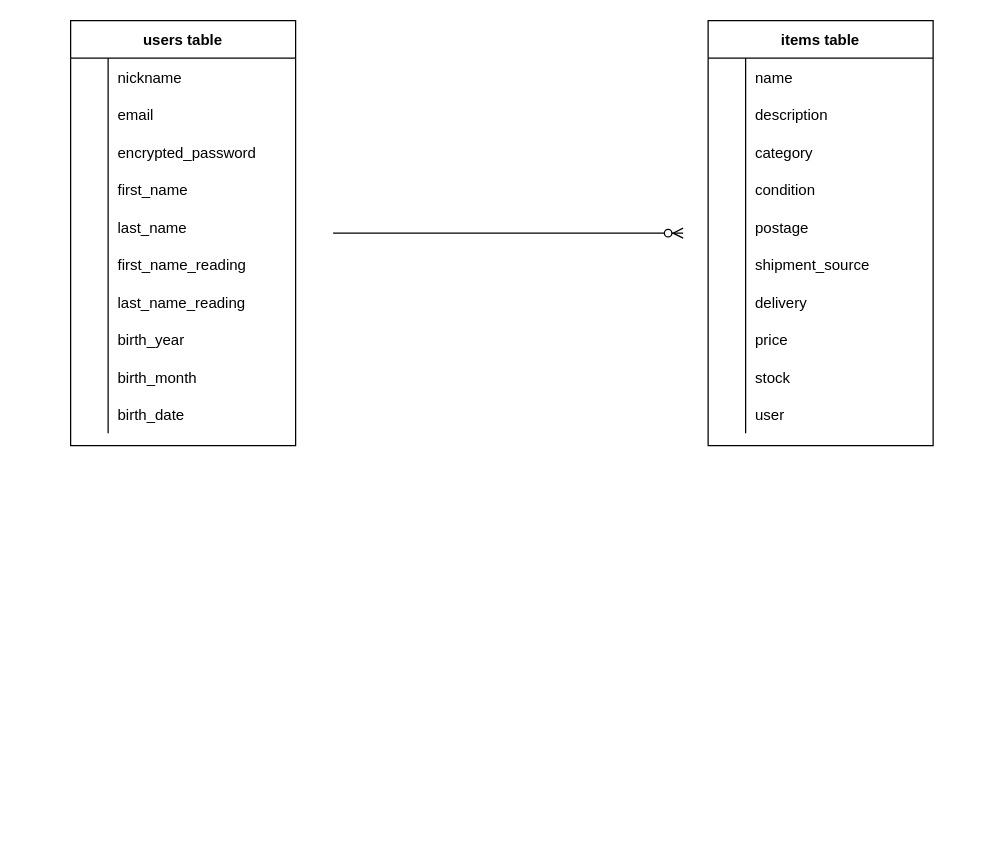
keishihashimoto/furima-36372 keeps this draw.io diagram as furima.dio. Above is the earlier version. Source tidied: cells renumbered, new cells numbered last; positions are measured from the earlier drawing's top-left corner, leaving out a move shared by most shapes. Both pictures are drawn from the tidied source at 125%, with x=0, y=0 at pixel (70, 20).
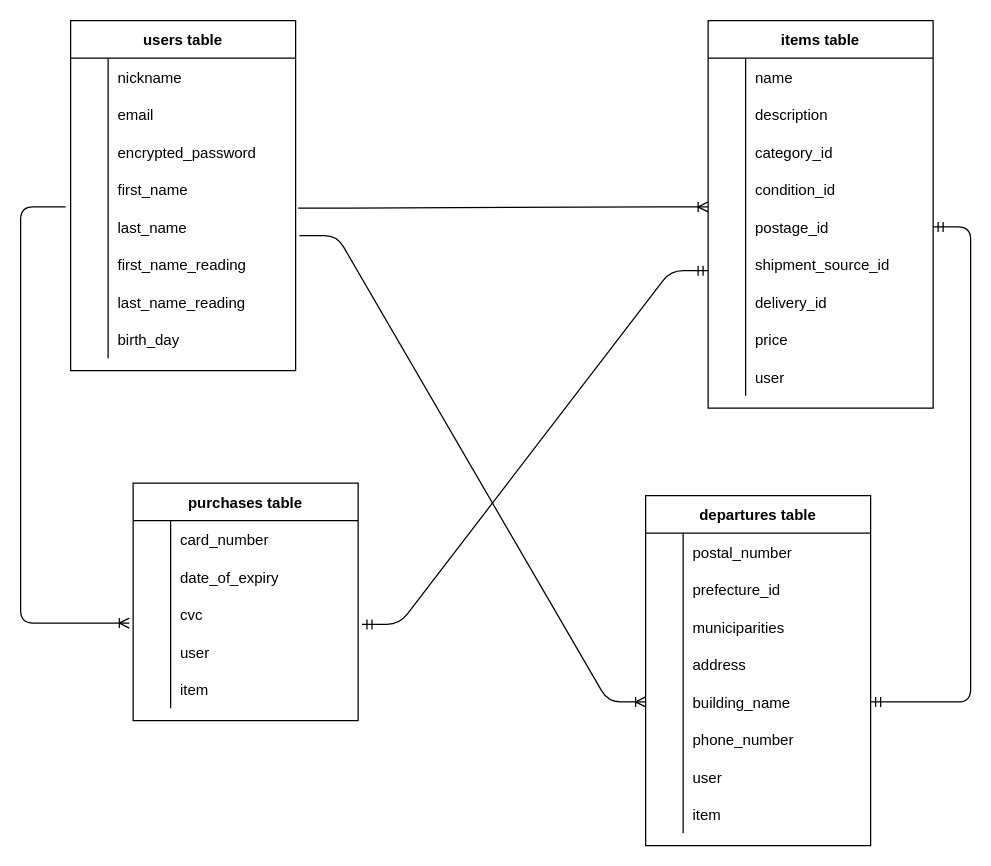
Above is the later version.

Commit message (it also covers changes not shown here):
DB設計とER図の修正

The change refers to these unchanged cells:
```xml
<mxCell id="9" style="shape=partialRectangle;fillColor=none;top=0;left=0;bottom=0;right=0;" parent="2" vertex="1">
  <mxGeometry y="90" width="180" height="30" as="geometry" />
</mxCell>
<mxCell id="12" style="shape=partialRectangle;fillColor=none;top=0;left=0;bottom=0;right=0;" parent="2" vertex="1">
  <mxGeometry y="120" width="180" height="30" as="geometry" />
</mxCell>
<mxCell id="15" style="shape=partialRectangle;fillColor=none;top=0;left=0;bottom=0;right=0;points=[[0,0.5],[1,0.5]];portConstraint=eastwest;" parent="2" vertex="1">
  <mxGeometry y="150" width="180" height="30" as="geometry" />
</mxCell>
<mxCell id="18" style="shape=partialRectangle;fillColor=none;top=0;left=0;bottom=0;right=0;" parent="2" vertex="1">
  <mxGeometry y="180" width="180" height="30" as="geometry" />
</mxCell>
<mxCell id="21" style="shape=partialRectangle;fillColor=none;top=0;left=0;bottom=0;right=0;" parent="2" vertex="1">
  <mxGeometry y="210" width="180" height="30" as="geometry" />
</mxCell>
<mxCell id="46" style="shape=partialRectangle;fillColor=none;top=0;left=0;bottom=0;right=0;points=[[0,0.5],[1,0.5]];portConstraint=eastwest;" parent="33" vertex="1">
  <mxGeometry y="150" width="180" height="30" as="geometry" />
</mxCell>
<mxCell id="55" style="shape=partialRectangle;fillColor=none;top=0;left=0;bottom=0;right=0;" parent="33" vertex="1">
  <mxGeometry y="240" width="180" height="30" as="geometry" />
</mxCell>
```

What changed in the source:
```diff
@@
     <mxCell id="2" value="items table" style="shape=table;startSize=30;childLayout=tableLayout;rowLines=0;fontStyle=1;align=center;" parent="1" vertex="1">
-      <mxGeometry x="510" width="180" height="340" as="geometry" />
+      <mxGeometry x="510" width="180" height="310" as="geometry" />
     </mxCell>
@@
-    <mxCell id="11" value="category" style="shape=partialRectangle;fillColor=none;top=0;left=0;bottom=0;right=0;align=left;spacingLeft=6;overflow=hidden;" parent="9" vertex="1">
+    <mxCell id="11" value="category_id" style="shape=partialRectangle;fillColor=none;top=0;left=0;bottom=0;right=0;align=left;spacingLeft=6;overflow=hidden;" parent="9" vertex="1">
       <mxGeometry x="30" width="150" height="30" as="geometry" />
     </mxCell>
@@
-    <mxCell id="14" value="condition" style="shape=partialRectangle;fillColor=none;top=0;left=0;bottom=0;right=0;align=left;spacingLeft=6;overflow=hidden;" parent="12" vertex="1">
+    <mxCell id="14" value="condition_id" style="shape=partialRectangle;fillColor=none;top=0;left=0;bottom=0;right=0;align=left;spacingLeft=6;overflow=hidden;" parent="12" vertex="1">
       <mxGeometry x="30" width="150" height="30" as="geometry" />
     </mxCell>
@@
-    <mxCell id="17" value="postage" style="shape=partialRectangle;fillColor=none;top=0;left=0;bottom=0;right=0;align=left;spacingLeft=6;overflow=hidden;" parent="15" vertex="1">
+    <mxCell id="17" value="postage_id" style="shape=partialRectangle;fillColor=none;top=0;left=0;bottom=0;right=0;align=left;spacingLeft=6;overflow=hidden;" parent="15" vertex="1">
       <mxGeometry x="30" width="150" height="30" as="geometry" />
     </mxCell>
@@
-    <mxCell id="20" value="shipment_source" style="shape=partialRectangle;fillColor=none;top=0;left=0;bottom=0;right=0;align=left;spacingLeft=6;overflow=hidden;" parent="18" vertex="1">
+    <mxCell id="20" value="shipment_source_id" style="shape=partialRectangle;fillColor=none;top=0;left=0;bottom=0;right=0;align=left;spacingLeft=6;overflow=hidden;" parent="18" vertex="1">
       <mxGeometry x="30" width="150" height="30" as="geometry" />
     </mxCell>
@@
-    <mxCell id="23" value="delivery" style="shape=partialRectangle;fillColor=none;top=0;left=0;bottom=0;right=0;align=left;spacingLeft=6;overflow=hidden;" parent="21" vertex="1">
+    <mxCell id="23" value="delivery_id" style="shape=partialRectangle;fillColor=none;top=0;left=0;bottom=0;right=0;align=left;spacingLeft=6;overflow=hidden;" parent="21" vertex="1">
       <mxGeometry x="30" width="150" height="30" as="geometry" />
     </mxCell>
@@
-    <mxCell id="27" style="shape=partialRectangle;fillColor=none;top=0;left=0;bottom=0;right=0;" parent="2" vertex="1">
-      <mxGeometry y="270" width="180" height="30" as="geometry" />
-    </mxCell>
-    <mxCell id="28" style="shape=partialRectangle;fillColor=none;top=0;left=0;bottom=0;right=0;overflow=hidden;" parent="27" vertex="1">
-      <mxGeometry width="30" height="30" as="geometry" />
-    </mxCell>
-    <mxCell id="29" value="stock" style="shape=partialRectangle;fillColor=none;top=0;left=0;bottom=0;right=0;align=left;spacingLeft=6;overflow=hidden;" parent="27" vertex="1">
-      <mxGeometry x="30" width="150" height="30" as="geometry" />
-    </mxCell>
     <mxCell id="30" style="shape=partialRectangle;fillColor=none;top=0;left=0;bottom=0;right=0;" parent="2" vertex="1">
-      <mxGeometry y="300" width="180" height="30" as="geometry" />
+      <mxGeometry y="270" width="180" height="30" as="geometry" />
     </mxCell>
@@
     <mxCell id="33" value="users table" style="shape=table;startSize=30;childLayout=tableLayout;rowLines=0;fontStyle=1;align=center;" parent="1" vertex="1">
-      <mxGeometry width="180" height="340" as="geometry" />
+      <mxGeometry width="180" height="280" as="geometry" />
     </mxCell>
@@
-    <mxCell id="57" value="birth_year" style="shape=partialRectangle;fillColor=none;top=0;left=0;bottom=0;right=0;align=left;spacingLeft=6;overflow=hidden;" parent="55" vertex="1">
+    <mxCell id="57" value="birth_day" style="shape=partialRectangle;fillColor=none;top=0;left=0;bottom=0;right=0;align=left;spacingLeft=6;overflow=hidden;" parent="55" vertex="1">
       <mxGeometry x="30" width="150" height="30" as="geometry" />
     </mxCell>
-    <mxCell id="58" style="shape=partialRectangle;fillColor=none;top=0;left=0;bottom=0;right=0;" parent="33" vertex="1">
-      <mxGeometry y="270" width="180" height="30" as="geometry" />
-    </mxCell>
-    <mxCell id="59" style="shape=partialRectangle;fillColor=none;top=0;left=0;bottom=0;right=0;overflow=hidden;" parent="58" vertex="1">
-      <mxGeometry width="30" height="30" as="geometry" />
-    </mxCell>
-    <mxCell id="60" value="birth_month" style="shape=partialRectangle;fillColor=none;top=0;left=0;bottom=0;right=0;align=left;spacingLeft=6;overflow=hidden;" parent="58" vertex="1">
-      <mxGeometry x="30" width="150" height="30" as="geometry" />
-    </mxCell>
-    <mxCell id="61" style="shape=partialRectangle;fillColor=none;top=0;left=0;bottom=0;right=0;" parent="33" vertex="1">
-      <mxGeometry y="300" width="180" height="30" as="geometry" />
-    </mxCell>
-    <mxCell id="62" style="shape=partialRectangle;fillColor=none;top=0;left=0;bottom=0;right=0;overflow=hidden;" parent="61" vertex="1">
-      <mxGeometry width="30" height="30" as="geometry" />
-    </mxCell>
-    <mxCell id="63" value="birth_date" style="shape=partialRectangle;fillColor=none;top=0;left=0;bottom=0;right=0;align=left;spacingLeft=6;overflow=hidden;" parent="61" vertex="1">
-      <mxGeometry x="30" width="150" height="30" as="geometry" />
-    </mxCell>
-    <mxCell id="64" style="edgeStyle=entityRelationEdgeStyle;fontSize=12;html=1;endArrow=ERzeroToMany;endFill=1;strokeWidth=1;" parent="1" edge="1">
-      <mxGeometry relative="1" as="geometry">
-        <mxPoint x="210" y="170" as="sourcePoint" />
-        <mxPoint x="490" y="170" as="targetPoint" />
-      </mxGeometry>
+    <mxCell id="64" style="edgeStyle=entityRelationEdgeStyle;fontSize=12;html=1;endArrow=ERoneToMany;exitX=1.011;exitY=0;exitDx=0;exitDy=0;exitPerimeter=0;entryX=0;entryY=-0.033;entryDx=0;entryDy=0;entryPerimeter=0;" parent="1" edge="1" source="46" target="15">
+      <mxGeometry relative="1" as="geometry" />
     </mxCell>
+    <mxCell id="65" value="purchases table" style="shape=table;startSize=30;childLayout=tableLayout;rowLines=0;fontStyle=1;align=center;" parent="1" vertex="1">
+      <mxGeometry x="50" y="370" width="180" height="190" as="geometry" />
+    </mxCell>
+    <mxCell id="66" style="shape=partialRectangle;fillColor=none;top=0;left=0;bottom=0;right=0;" parent="65" vertex="1">
+      <mxGeometry y="30" width="180" height="30" as="geometry" />
+    </mxCell>
+    <mxCell id="67" style="shape=partialRectangle;fillColor=none;top=0;left=0;bottom=0;right=0;overflow=hidden;" parent="66" vertex="1">
+      <mxGeometry width="30" height="30" as="geometry" />
+    </mxCell>
+    <mxCell id="68" value="card_number" style="shape=partialRectangle;fillColor=none;top=0;left=0;bottom=0;right=0;align=left;spacingLeft=6;overflow=hidden;" parent="66" vertex="1">
+      <mxGeometry x="30" width="150" height="30" as="geometry" />
+    </mxCell>
+    <mxCell id="69" style="shape=partialRectangle;fillColor=none;top=0;left=0;bottom=0;right=0;" parent="65" vertex="1">
+      <mxGeometry y="60" width="180" height="30" as="geometry" />
+    </mxCell>
+    <mxCell id="70" style="shape=partialRectangle;fillColor=none;top=0;left=0;bottom=0;right=0;overflow=hidden;" parent="69" vertex="1">
+      <mxGeometry width="30" height="30" as="geometry" />
+    </mxCell>
+    <mxCell id="71" value="date_of_expiry" style="shape=partialRectangle;fillColor=none;top=0;left=0;bottom=0;right=0;align=left;spacingLeft=6;overflow=hidden;" parent="69" vertex="1">
+      <mxGeometry x="30" width="150" height="30" as="geometry" />
+    </mxCell>
+    <mxCell id="72" style="shape=partialRectangle;fillColor=none;top=0;left=0;bottom=0;right=0;points=[[0,0.5],[1,0.5]];portConstraint=eastwest;" parent="65" vertex="1">
+      <mxGeometry y="90" width="180" height="30" as="geometry" />
+    </mxCell>
+    <mxCell id="73" style="shape=partialRectangle;fillColor=none;top=0;left=0;bottom=0;right=0;overflow=hidden;" parent="72" vertex="1">
+      <mxGeometry width="30" height="30" as="geometry" />
+    </mxCell>
+    <mxCell id="74" value="cvc" style="shape=partialRectangle;fillColor=none;top=0;left=0;bottom=0;right=0;align=left;spacingLeft=6;overflow=hidden;" parent="72" vertex="1">
+      <mxGeometry x="30" width="150" height="30" as="geometry" />
+    </mxCell>
+    <mxCell id="75" style="shape=partialRectangle;fillColor=none;top=0;left=0;bottom=0;right=0;" parent="65" vertex="1">
+      <mxGeometry y="120" width="180" height="30" as="geometry" />
+    </mxCell>
+    <mxCell id="76" style="shape=partialRectangle;fillColor=none;top=0;left=0;bottom=0;right=0;overflow=hidden;" parent="75" vertex="1">
+      <mxGeometry width="30" height="30" as="geometry" />
+    </mxCell>
+    <mxCell id="77" value="user" style="shape=partialRectangle;fillColor=none;top=0;left=0;bottom=0;right=0;align=left;spacingLeft=6;overflow=hidden;" parent="75" vertex="1">
+      <mxGeometry x="30" width="150" height="30" as="geometry" />
+    </mxCell>
+    <mxCell id="78" style="shape=partialRectangle;fillColor=none;top=0;left=0;bottom=0;right=0;" parent="65" vertex="1">
+      <mxGeometry y="150" width="180" height="30" as="geometry" />
+    </mxCell>
+    <mxCell id="79" style="shape=partialRectangle;fillColor=none;top=0;left=0;bottom=0;right=0;overflow=hidden;" parent="78" vertex="1">
+      <mxGeometry width="30" height="30" as="geometry" />
+    </mxCell>
+    <mxCell id="80" value="item" style="shape=partialRectangle;fillColor=none;top=0;left=0;bottom=0;right=0;align=left;spacingLeft=6;overflow=hidden;" parent="78" vertex="1">
+      <mxGeometry x="30" width="150" height="30" as="geometry" />
+    </mxCell>
+    <mxCell id="81" value="departures table" style="shape=table;startSize=30;childLayout=tableLayout;rowLines=0;fontStyle=1;align=center;" parent="1" vertex="1">
+      <mxGeometry x="460" y="380" width="180" height="280" as="geometry" />
+    </mxCell>
+    <mxCell id="82" style="shape=partialRectangle;fillColor=none;top=0;left=0;bottom=0;right=0;" parent="81" vertex="1">
+      <mxGeometry y="30" width="180" height="30" as="geometry" />
+    </mxCell>
+    <mxCell id="83" style="shape=partialRectangle;fillColor=none;top=0;left=0;bottom=0;right=0;overflow=hidden;" parent="82" vertex="1">
+      <mxGeometry width="30" height="30" as="geometry" />
+    </mxCell>
+    <mxCell id="84" value="postal_number" style="shape=partialRectangle;fillColor=none;top=0;left=0;bottom=0;right=0;align=left;spacingLeft=6;overflow=hidden;" parent="82" vertex="1">
+      <mxGeometry x="30" width="150" height="30" as="geometry" />
+    </mxCell>
+    <mxCell id="85" style="shape=partialRectangle;fillColor=none;top=0;left=0;bottom=0;right=0;" parent="81" vertex="1">
+      <mxGeometry y="60" width="180" height="30" as="geometry" />
+    </mxCell>
+    <mxCell id="86" style="shape=partialRectangle;fillColor=none;top=0;left=0;bottom=0;right=0;overflow=hidden;" parent="85" vertex="1">
+      <mxGeometry width="30" height="30" as="geometry" />
+    </mxCell>
+    <mxCell id="87" value="prefecture_id" style="shape=partialRectangle;fillColor=none;top=0;left=0;bottom=0;right=0;align=left;spacingLeft=6;overflow=hidden;" parent="85" vertex="1">
+      <mxGeometry x="30" width="150" height="30" as="geometry" />
+    </mxCell>
+    <mxCell id="88" style="shape=partialRectangle;fillColor=none;top=0;left=0;bottom=0;right=0;" parent="81" vertex="1">
+      <mxGeometry y="90" width="180" height="30" as="geometry" />
+    </mxCell>
+    <mxCell id="89" style="shape=partialRectangle;fillColor=none;top=0;left=0;bottom=0;right=0;overflow=hidden;" parent="88" vertex="1">
+      <mxGeometry width="30" height="30" as="geometry" />
+    </mxCell>
+    <mxCell id="90" value="municiparities" style="shape=partialRectangle;fillColor=none;top=0;left=0;bottom=0;right=0;align=left;spacingLeft=6;overflow=hidden;" parent="88" vertex="1">
+      <mxGeometry x="30" width="150" height="30" as="geometry" />
+    </mxCell>
+    <mxCell id="91" style="shape=partialRectangle;fillColor=none;top=0;left=0;bottom=0;right=0;" parent="81" vertex="1">
+      <mxGeometry y="120" width="180" height="30" as="geometry" />
+    </mxCell>
+    <mxCell id="92" style="shape=partialRectangle;fillColor=none;top=0;left=0;bottom=0;right=0;overflow=hidden;" parent="91" vertex="1">
+      <mxGeometry width="30" height="30" as="geometry" />
+    </mxCell>
+    <mxCell id="93" value="address" style="shape=partialRectangle;fillColor=none;top=0;left=0;bottom=0;right=0;align=left;spacingLeft=6;overflow=hidden;" parent="91" vertex="1">
+      <mxGeometry x="30" width="150" height="30" as="geometry" />
+    </mxCell>
+    <mxCell id="94" style="shape=partialRectangle;fillColor=none;top=0;left=0;bottom=0;right=0;points=[[0,0.5],[1,0.5]];portConstraint=eastwest;" parent="81" vertex="1">
+      <mxGeometry y="150" width="180" height="30" as="geometry" />
+    </mxCell>
+    <mxCell id="95" style="shape=partialRectangle;fillColor=none;top=0;left=0;bottom=0;right=0;overflow=hidden;" parent="94" vertex="1">
+      <mxGeometry width="30" height="30" as="geometry" />
+    </mxCell>
+    <mxCell id="96" value="building_name" style="shape=partialRectangle;fillColor=none;top=0;left=0;bottom=0;right=0;align=left;spacingLeft=6;overflow=hidden;" parent="94" vertex="1">
+      <mxGeometry x="30" width="150" height="30" as="geometry" />
+    </mxCell>
+    <mxCell id="97" style="shape=partialRectangle;fillColor=none;top=0;left=0;bottom=0;right=0;" parent="81" vertex="1">
+      <mxGeometry y="180" width="180" height="30" as="geometry" />
+    </mxCell>
+    <mxCell id="98" style="shape=partialRectangle;fillColor=none;top=0;left=0;bottom=0;right=0;overflow=hidden;" parent="97" vertex="1">
+      <mxGeometry width="30" height="30" as="geometry" />
+    </mxCell>
+    <mxCell id="99" value="phone_number" style="shape=partialRectangle;fillColor=none;top=0;left=0;bottom=0;right=0;align=left;spacingLeft=6;overflow=hidden;" parent="97" vertex="1">
+      <mxGeometry x="30" width="150" height="30" as="geometry" />
+    </mxCell>
+    <mxCell id="100" style="shape=partialRectangle;fillColor=none;top=0;left=0;bottom=0;right=0;" parent="81" vertex="1">
+      <mxGeometry y="210" width="180" height="30" as="geometry" />
+    </mxCell>
+    <mxCell id="101" style="shape=partialRectangle;fillColor=none;top=0;left=0;bottom=0;right=0;overflow=hidden;" parent="100" vertex="1">
+      <mxGeometry width="30" height="30" as="geometry" />
+    </mxCell>
+    <mxCell id="102" value="user" style="shape=partialRectangle;fillColor=none;top=0;left=0;bottom=0;right=0;align=left;spacingLeft=6;overflow=hidden;" parent="100" vertex="1">
+      <mxGeometry x="30" width="150" height="30" as="geometry" />
+    </mxCell>
+    <mxCell id="103" style="shape=partialRectangle;fillColor=none;top=0;left=0;bottom=0;right=0;" parent="81" vertex="1">
+      <mxGeometry y="240" width="180" height="30" as="geometry" />
+    </mxCell>
+    <mxCell id="104" style="shape=partialRectangle;fillColor=none;top=0;left=0;bottom=0;right=0;overflow=hidden;" parent="103" vertex="1">
+      <mxGeometry width="30" height="30" as="geometry" />
+    </mxCell>
+    <mxCell id="105" value="item" style="shape=partialRectangle;fillColor=none;top=0;left=0;bottom=0;right=0;align=left;spacingLeft=6;overflow=hidden;" parent="103" vertex="1">
+      <mxGeometry x="30" width="150" height="30" as="geometry" />
+    </mxCell>
+    <mxCell id="106" style="edgeStyle=entityRelationEdgeStyle;fontSize=12;html=1;endArrow=ERmandOne;startArrow=ERmandOne;exitX=1.017;exitY=0.767;exitDx=0;exitDy=0;exitPerimeter=0;" parent="1" edge="1" source="72">
+      <mxGeometry relative="1" as="geometry">
+        <mxPoint x="510" y="200" as="targetPoint" />
+      </mxGeometry>
+    </mxCell>
+    <mxCell id="107" style="edgeStyle=entityRelationEdgeStyle;fontSize=12;html=1;endArrow=ERmandOne;startArrow=ERmandOne;exitX=1;exitY=0.5;exitDx=0;exitDy=0;" parent="1" edge="1" source="94" target="15">
+      <mxGeometry relative="1" as="geometry" />
+    </mxCell>
+    <mxCell id="108" style="edgeStyle=elbowEdgeStyle;fontSize=12;html=1;endArrow=ERoneToMany;exitX=-0.022;exitY=-0.033;exitDx=0;exitDy=0;exitPerimeter=0;entryX=-0.017;entryY=0.733;entryDx=0;entryDy=0;entryPerimeter=0;" parent="1" edge="1" source="46" target="72">
+      <mxGeometry relative="1" as="geometry">
+        <Array as="points">
+          <mxPoint x="-40" y="310" />
+        </Array>
+      </mxGeometry>
+    </mxCell>
+    <mxCell id="109" style="edgeStyle=entityRelationEdgeStyle;fontSize=12;html=1;endArrow=ERoneToMany;exitX=1.017;exitY=0.733;exitDx=0;exitDy=0;exitPerimeter=0;entryX=0;entryY=0.5;entryDx=0;entryDy=0;" parent="1" edge="1" source="46" target="94">
+      <mxGeometry relative="1" as="geometry" />
+    </mxCell>
```
